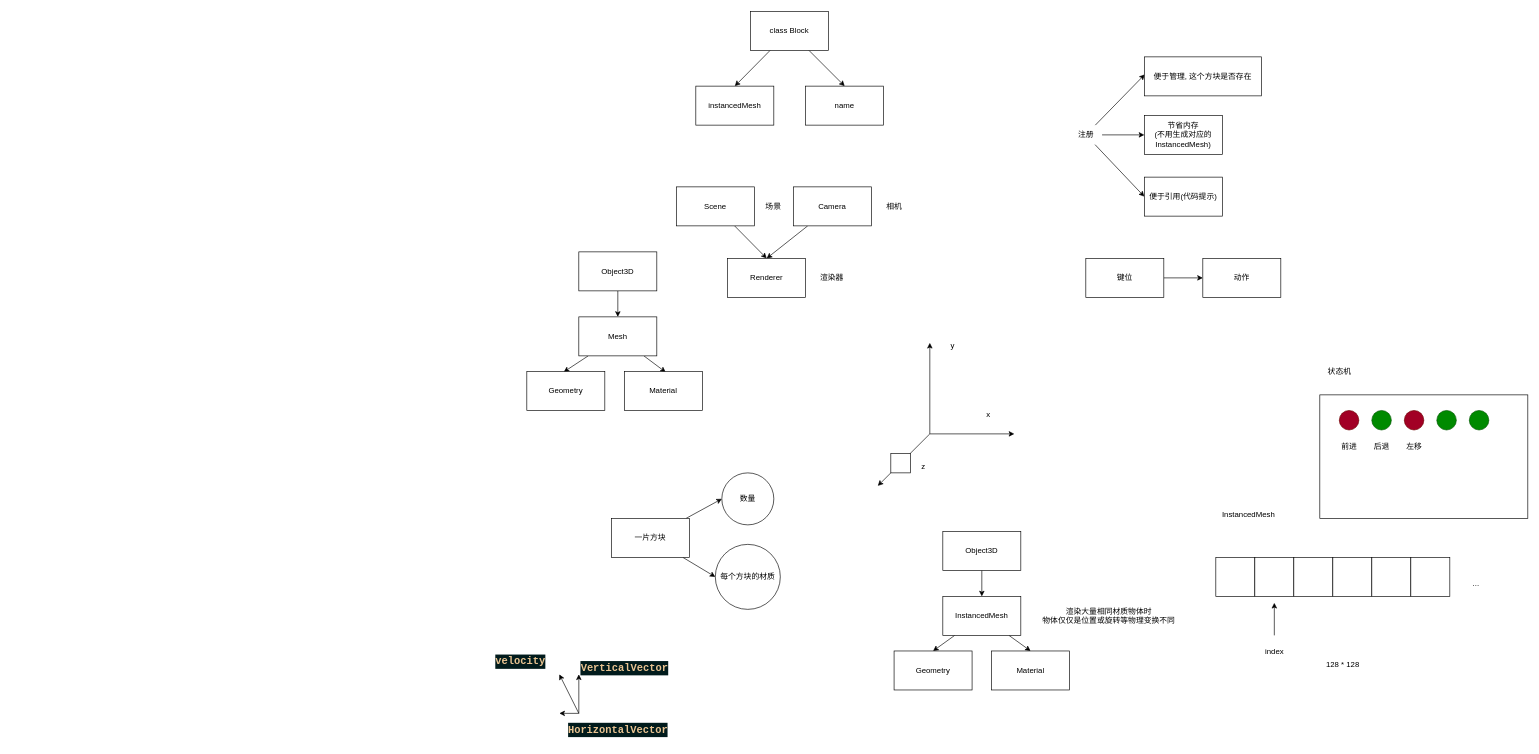
Above: 记录.drawio in creamIcec/minecraft-simple-clone (draw.io), before the change. Source tidied: cells renumbered, new cells numbered last; positions are measured from the earlier drawing's top-left corner, leaving out a move shared by most shapes. Both pictures are drawn from the tidied source at 65%, with x=0, y=0 at pixel (488, 11).
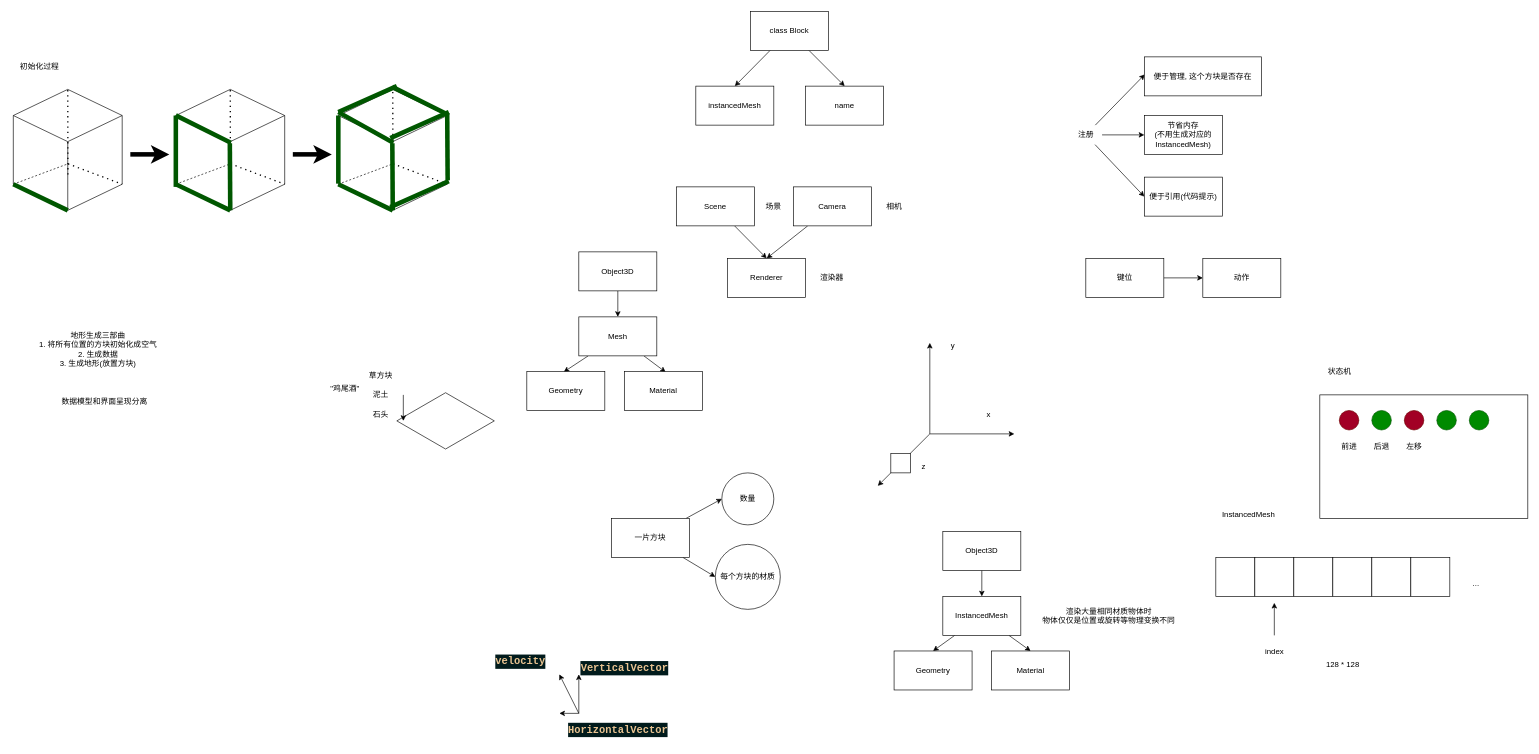
The same diagram, later.

Change to the diagram source:
```diff
@@
+    <mxCell id="80" style="html=1;whiteSpace=wrap;shape=isoCube2;backgroundOutline=1;isoAngle=15;fillColor=none;" parent="1" vertex="1">
+      <mxGeometry x="-730" y="120" width="167.5" height="186.1" as="geometry" />
+    </mxCell>
+    <mxCell id="81" style="endArrow=none;dashed=1;html=1;exitX=0;exitY=0;exitDx=0;exitDy=145.89680785408058;exitPerimeter=0;entryX=0.506;entryY=0.614;entryDx=0;entryDy=0;entryPerimeter=0;" parent="1" edge="1" source="80" target="80">
+      <mxGeometry relative="1" as="geometry" />
+    </mxCell>
+    <mxCell id="82" style="endArrow=none;dashed=1;html=1;dashPattern=1 3;strokeWidth=2;entryX=0;entryY=0;entryDx=167.5;entryDy=145.89680785408058;entryPerimeter=0;exitX=0.503;exitY=0.616;exitDx=0;exitDy=0;exitPerimeter=0;" parent="1" edge="1" source="80" target="80">
+      <mxGeometry relative="1" as="geometry" />
+    </mxCell>
+    <mxCell id="83" style="endArrow=none;dashed=1;html=1;dashPattern=1 3;strokeWidth=2;entryX=0.5;entryY=0;entryDx=0;entryDy=0;entryPerimeter=0;" parent="1" edge="1" target="80">
+      <mxGeometry relative="1" as="geometry">
+        <mxPoint x="-646" y="251.1" as="sourcePoint" />
+      </mxGeometry>
+    </mxCell>
+    <mxCell id="84" style="endArrow=none;html=1;exitX=0;exitY=0;exitDx=0;exitDy=145.89680785408058;exitPerimeter=0;entryX=0.5;entryY=1;entryDx=0;entryDy=0;entryPerimeter=0;fillColor=#008a00;strokeColor=#005700;strokeWidth=7;" parent="1" edge="1" source="80" target="80">
+      <mxGeometry relative="1" as="geometry" />
+    </mxCell>
+    <mxCell id="85" style="html=1;whiteSpace=wrap;shape=isoCube2;backgroundOutline=1;isoAngle=15;fillColor=none;" parent="1" vertex="1">
+      <mxGeometry x="-480" y="120" width="167.5" height="186.1" as="geometry" />
+    </mxCell>
+    <mxCell id="86" style="endArrow=none;dashed=1;html=1;exitX=0;exitY=0;exitDx=0;exitDy=145.89680785408058;exitPerimeter=0;entryX=0.506;entryY=0.614;entryDx=0;entryDy=0;entryPerimeter=0;" parent="1" edge="1" source="85" target="85">
+      <mxGeometry relative="1" as="geometry" />
+    </mxCell>
+    <mxCell id="87" style="endArrow=none;dashed=1;html=1;dashPattern=1 3;strokeWidth=2;entryX=0;entryY=0;entryDx=167.5;entryDy=145.89680785408058;entryPerimeter=0;exitX=0.503;exitY=0.616;exitDx=0;exitDy=0;exitPerimeter=0;" parent="1" edge="1" source="85" target="85">
+      <mxGeometry relative="1" as="geometry" />
+    </mxCell>
+    <mxCell id="88" style="endArrow=none;dashed=1;html=1;dashPattern=1 3;strokeWidth=2;entryX=0.5;entryY=0;entryDx=0;entryDy=0;entryPerimeter=0;" parent="1" edge="1" target="85">
+      <mxGeometry relative="1" as="geometry">
+        <mxPoint x="-396" y="251.1" as="sourcePoint" />
+      </mxGeometry>
+    </mxCell>
+    <mxCell id="89" style="endArrow=none;html=1;exitX=0;exitY=0;exitDx=0;exitDy=145.89680785408058;exitPerimeter=0;entryX=0.5;entryY=1;entryDx=0;entryDy=0;entryPerimeter=0;fillColor=#008a00;strokeColor=#005700;strokeWidth=7;" parent="1" edge="1" source="85" target="85">
+      <mxGeometry relative="1" as="geometry" />
+    </mxCell>
+    <mxCell id="90" style="endArrow=none;html=1;entryX=0;entryY=0;entryDx=0;entryDy=40.21319214591943;entryPerimeter=0;fillColor=#008a00;strokeColor=#005700;strokeWidth=7;" parent="1" edge="1" target="85">
+      <mxGeometry relative="1" as="geometry">
+        <mxPoint x="-480" y="270" as="sourcePoint" />
+      </mxGeometry>
+    </mxCell>
+    <mxCell id="91" style="endArrow=none;html=1;fillColor=#008a00;strokeColor=#005700;strokeWidth=7;entryX=0.505;entryY=0.441;entryDx=0;entryDy=0;entryPerimeter=0;" parent="1" edge="1" target="85">
+      <mxGeometry relative="1" as="geometry">
+        <mxPoint x="-480" y="160" as="sourcePoint" />
+      </mxGeometry>
+    </mxCell>
+    <mxCell id="92" style="endArrow=none;html=1;entryX=0.5;entryY=1;entryDx=0;entryDy=0;entryPerimeter=0;fillColor=#008a00;strokeColor=#005700;strokeWidth=7;exitX=0.496;exitY=0.445;exitDx=0;exitDy=0;exitPerimeter=0;" parent="1" edge="1" source="85" target="85">
+      <mxGeometry relative="1" as="geometry" />
+    </mxCell>
+    <mxCell id="93" style="html=1;whiteSpace=wrap;shape=isoCube2;backgroundOutline=1;isoAngle=15;fillColor=none;" parent="1" vertex="1">
+      <mxGeometry x="-230" y="120" width="167.5" height="186.1" as="geometry" />
+    </mxCell>
+    <mxCell id="94" style="endArrow=none;dashed=1;html=1;exitX=0;exitY=0;exitDx=0;exitDy=145.89680785408058;exitPerimeter=0;entryX=0.506;entryY=0.614;entryDx=0;entryDy=0;entryPerimeter=0;" parent="1" edge="1" source="93" target="93">
+      <mxGeometry relative="1" as="geometry" />
+    </mxCell>
+    <mxCell id="95" style="endArrow=none;dashed=1;html=1;dashPattern=1 3;strokeWidth=2;entryX=0;entryY=0;entryDx=167.5;entryDy=145.89680785408058;entryPerimeter=0;exitX=0.503;exitY=0.616;exitDx=0;exitDy=0;exitPerimeter=0;" parent="1" edge="1" source="93" target="93">
+      <mxGeometry relative="1" as="geometry" />
+    </mxCell>
+    <mxCell id="96" style="endArrow=none;dashed=1;html=1;dashPattern=1 3;strokeWidth=2;entryX=0.5;entryY=0;entryDx=0;entryDy=0;entryPerimeter=0;" parent="1" edge="1" target="93">
+      <mxGeometry relative="1" as="geometry">
+        <mxPoint x="-146" y="246.1" as="sourcePoint" />
+      </mxGeometry>
+    </mxCell>
+    <mxCell id="97" style="endArrow=none;html=1;exitX=0;exitY=0;exitDx=0;exitDy=145.89680785408058;exitPerimeter=0;entryX=0.5;entryY=1;entryDx=0;entryDy=0;entryPerimeter=0;fillColor=#008a00;strokeColor=#005700;strokeWidth=7;" parent="1" edge="1" source="93" target="93">
+      <mxGeometry relative="1" as="geometry" />
+    </mxCell>
+    <mxCell id="98" style="endArrow=none;html=1;entryX=0;entryY=0;entryDx=0;entryDy=40.21319214591943;entryPerimeter=0;fillColor=#008a00;strokeColor=#005700;strokeWidth=7;" parent="1" edge="1" target="93">
+      <mxGeometry relative="1" as="geometry">
+        <mxPoint x="-230" y="265" as="sourcePoint" />
+      </mxGeometry>
+    </mxCell>
+    <mxCell id="99" style="endArrow=none;html=1;fillColor=#008a00;strokeColor=#005700;strokeWidth=7;entryX=0.505;entryY=0.441;entryDx=0;entryDy=0;entryPerimeter=0;" parent="1" edge="1" target="93">
+      <mxGeometry relative="1" as="geometry">
+        <mxPoint x="-230" y="155" as="sourcePoint" />
+      </mxGeometry>
+    </mxCell>
+    <mxCell id="100" style="endArrow=none;html=1;entryX=0.5;entryY=1;entryDx=0;entryDy=0;entryPerimeter=0;fillColor=#008a00;strokeColor=#005700;strokeWidth=7;exitX=0.496;exitY=0.445;exitDx=0;exitDy=0;exitPerimeter=0;" parent="1" edge="1" source="93" target="93">
+      <mxGeometry relative="1" as="geometry" />
+    </mxCell>
+    <mxCell id="101" style="endArrow=none;html=1;fillColor=#008a00;strokeColor=#005700;strokeWidth=7;entryX=0.505;entryY=0.441;entryDx=0;entryDy=0;entryPerimeter=0;" parent="1" edge="1">
+      <mxGeometry relative="1" as="geometry">
+        <mxPoint x="-147.1" y="116.1" as="sourcePoint" />
+        <mxPoint x="-62.5" y="158.2" as="targetPoint" />
+      </mxGeometry>
+    </mxCell>
+    <mxCell id="102" style="endArrow=none;html=1;entryX=0.5;entryY=1;entryDx=0;entryDy=0;entryPerimeter=0;fillColor=#008a00;strokeColor=#005700;strokeWidth=7;exitX=0.496;exitY=0.445;exitDx=0;exitDy=0;exitPerimeter=0;" parent="1" edge="1">
+      <mxGeometry relative="1" as="geometry">
+        <mxPoint x="-62.5" y="156.4" as="sourcePoint" />
+        <mxPoint x="-61.8" y="259.7" as="targetPoint" />
+      </mxGeometry>
+    </mxCell>
+    <mxCell id="103" style="endArrow=none;html=1;fillColor=#008a00;strokeColor=#005700;strokeWidth=7;" parent="1" edge="1">
+      <mxGeometry relative="1" as="geometry">
+        <mxPoint x="-150" y="195" as="sourcePoint" />
+        <mxPoint x="-60" y="155" as="targetPoint" />
+      </mxGeometry>
+    </mxCell>
+    <mxCell id="104" style="endArrow=none;html=1;fillColor=#008a00;strokeColor=#005700;strokeWidth=7;" parent="1" edge="1">
+      <mxGeometry relative="1" as="geometry">
+        <mxPoint x="-150" y="301.1" as="sourcePoint" />
+        <mxPoint x="-60" y="261.1" as="targetPoint" />
+      </mxGeometry>
+    </mxCell>
+    <mxCell id="105" style="endArrow=none;html=1;fillColor=#008a00;strokeColor=#005700;strokeWidth=7;" parent="1" edge="1">
+      <mxGeometry relative="1" as="geometry">
+        <mxPoint x="-230" y="155" as="sourcePoint" />
+        <mxPoint x="-140" y="115" as="targetPoint" />
+      </mxGeometry>
+    </mxCell>
+    <mxCell id="106" style="endArrow=classic;html=1;strokeWidth=7;" parent="1" edge="1">
+      <mxGeometry relative="1" as="geometry">
+        <mxPoint x="-550" y="220" as="sourcePoint" />
+        <mxPoint x="-490" y="220" as="targetPoint" />
+      </mxGeometry>
+    </mxCell>
+    <mxCell id="107" style="endArrow=classic;html=1;strokeWidth=7;" parent="1" edge="1">
+      <mxGeometry relative="1" as="geometry">
+        <mxPoint x="-300" y="220" as="sourcePoint" />
+        <mxPoint x="-240" y="220" as="targetPoint" />
+      </mxGeometry>
+    </mxCell>
+    <mxCell id="108" value="初始化过程" style="text;html=1;align=center;verticalAlign=middle;strokeColor=none;fillColor=none;" parent="1" vertex="1">
+      <mxGeometry x="-730" y="70" width="80" height="30" as="geometry" />
+    </mxCell>
+    <mxCell id="109" value="地形生成三部曲&lt;br&gt;1. 将所有位置的方块初始化成空气&lt;br&gt;2. 生成数据&lt;br&gt;3. 生成地形(放置方块)" style="text;html=1;align=center;verticalAlign=middle;strokeColor=none;fillColor=none;" parent="1" vertex="1">
+      <mxGeometry x="-700" y="485" width="200" height="70" as="geometry" />
+    </mxCell>
+    <mxCell id="110" value="数据模型和界面呈现分离" style="text;html=1;align=center;verticalAlign=middle;strokeColor=none;fillColor=none;" parent="1" vertex="1">
+      <mxGeometry x="-670" y="585" width="160" height="30" as="geometry" />
+    </mxCell>
+    <mxCell id="111" style="html=1;whiteSpace=wrap;shape=isoRectangle;" parent="1" vertex="1">
+      <mxGeometry x="-140" y="585" width="150" height="90" as="geometry" />
+    </mxCell>
+    <mxCell id="112" style="endArrow=classic;html=1;" parent="1" edge="1">
+      <mxGeometry relative="1" as="geometry">
+        <mxPoint x="-130" y="590" as="sourcePoint" />
+        <mxPoint x="-130" y="630" as="targetPoint" />
+      </mxGeometry>
+    </mxCell>
+    <mxCell id="113" value="石头" style="text;html=1;align=center;verticalAlign=middle;strokeColor=none;fillColor=none;" parent="1" vertex="1">
+      <mxGeometry x="-190" y="605" width="50" height="30" as="geometry" />
+    </mxCell>
+    <mxCell id="114" value="泥土" style="text;html=1;align=center;verticalAlign=middle;strokeColor=none;fillColor=none;" parent="1" vertex="1">
+      <mxGeometry x="-190" y="575" width="50" height="30" as="geometry" />
+    </mxCell>
+    <mxCell id="115" value="草方块" style="text;html=1;align=center;verticalAlign=middle;strokeColor=none;fillColor=none;" parent="1" vertex="1">
+      <mxGeometry x="-195" y="545" width="60" height="30" as="geometry" />
+    </mxCell>
+    <mxCell id="116" value="&quot;鸡尾酒&quot;" style="text;html=1;align=center;verticalAlign=middle;strokeColor=none;fillColor=none;" parent="1" vertex="1">
+      <mxGeometry x="-255" y="565" width="70" height="30" as="geometry" />
+    </mxCell>
```
